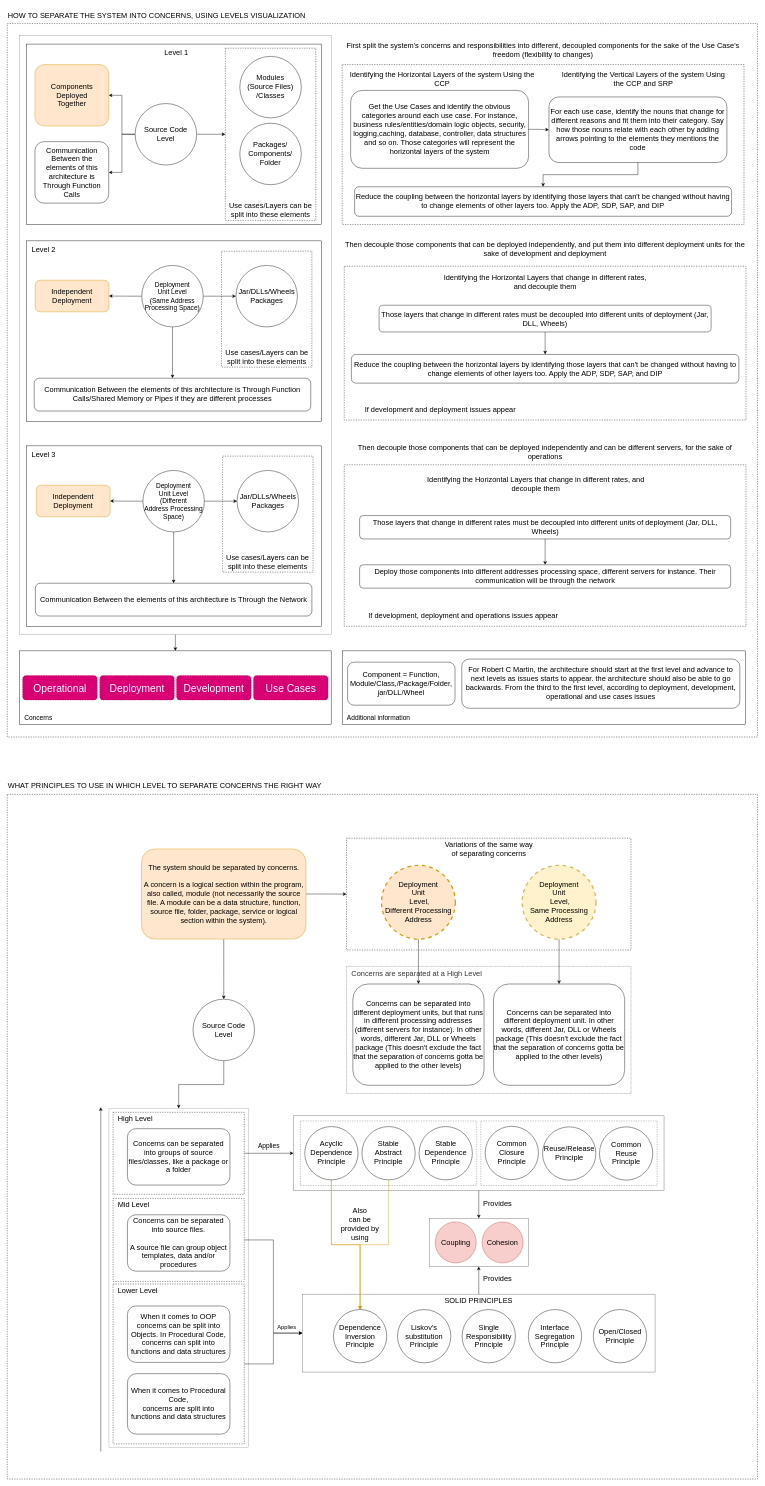
Above: page "Levels of SOC" (1 of 6) of images/Robert C Martin - Architecture Growth.drawio in GabrielSlima/blog (draw.io), before the change. Source tidied: cells renumbered, new cells numbered last; positions are measured from the earlier drawing's top-left corner, leaving out a move shared by most shapes. Both pictures are drawn from the tidied source at 41%, with x=0, y=0 at pixel (7, 7).
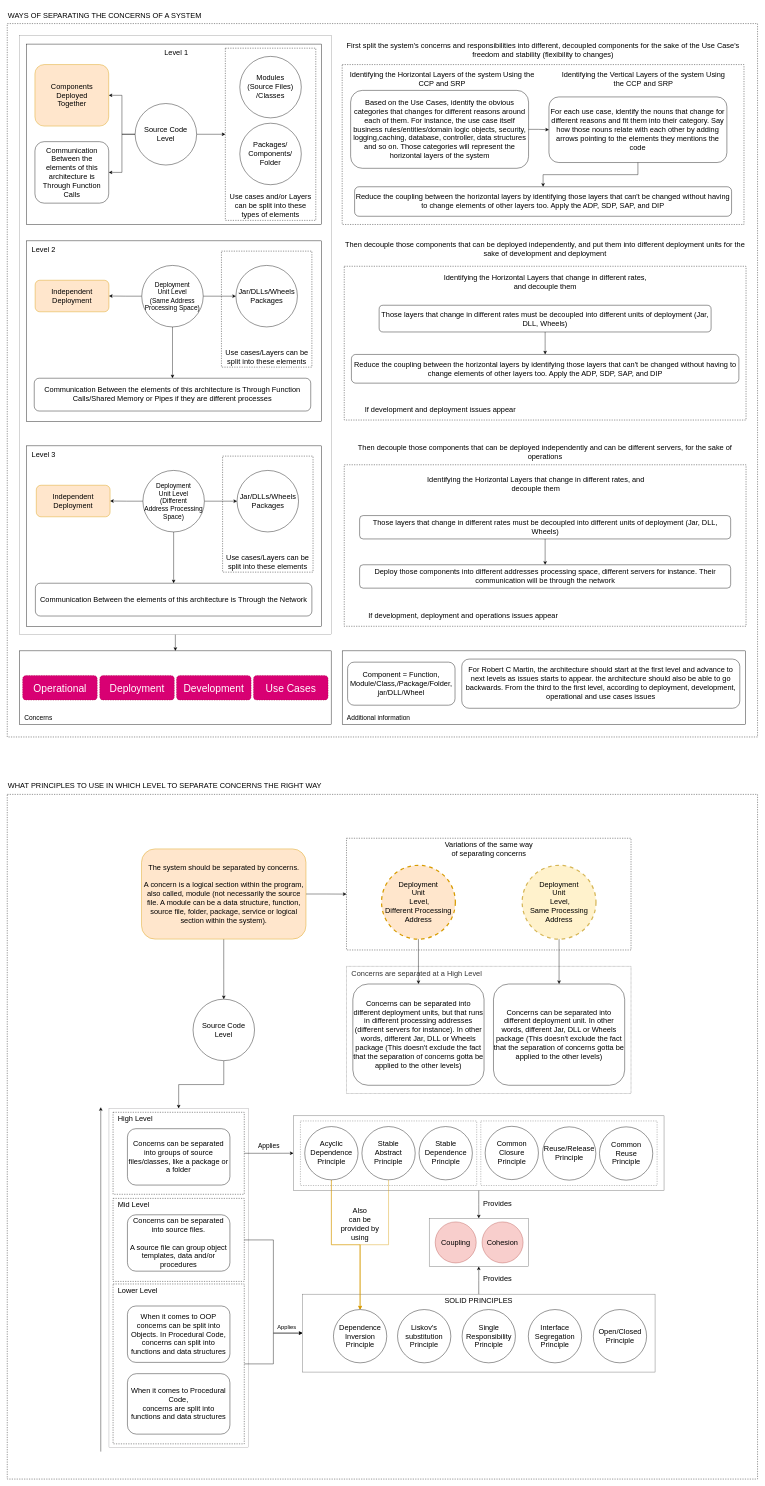
The same page after the edit.

Change to the diagram source:
```diff
@@
-    <mxCell id="26" value="Use cases/Layers can be split into these elements" style="rounded=0;whiteSpace=wrap;html=1;verticalAlign=bottom;align=center;fillColor=none;dashed=1;fontSize=18;spacingLeft=0;" parent="1" vertex="1">
+    <mxCell id="26" value="Use cases and/or Layers can be split into these types of elements" style="rounded=0;whiteSpace=wrap;html=1;verticalAlign=bottom;align=center;fillColor=none;dashed=1;fontSize=18;spacingLeft=0;" parent="1" vertex="1">
       <mxGeometry x="532.1" y="100" width="220.6" height="420" as="geometry" />
     </mxCell>
@@
-    <mxCell id="48" value="Get the Use Cases and identify the obvious categories around each use case. For instance, business rules/entities/domain logic objects, security, logging,caching, database, controller, data structures and so on. Those categories will represent the horizontal layers of the system" style="rounded=1;whiteSpace=wrap;html=1;fontSize=18;strokeColor=default;fillColor=none;" parent="1" vertex="1">
+    <mxCell id="48" value="Based on the Use Cases, identify the obvious categories that changes for different reasons around each of them. For instance, the use case itself business rules/entities/domain logic objects, security, logging,caching, database, controller, data structures and so on. Those categories will represent the horizontal layers of the system" style="rounded=1;whiteSpace=wrap;html=1;fontSize=18;strokeColor=default;fillColor=none;" parent="1" vertex="1">
       <mxGeometry x="837.7" y="203" width="434" height="190" as="geometry" />
     </mxCell>
@@
-    <mxCell id="51" value="Identifying the Horizontal Layers of the system Using the CCP" style="text;html=1;strokeColor=none;fillColor=none;align=center;verticalAlign=middle;whiteSpace=wrap;rounded=0;fontSize=18;" parent="1" vertex="1">
+    <mxCell id="51" value="Identifying the Horizontal Layers of the system Using the CCP and SRP" style="text;html=1;strokeColor=none;fillColor=none;align=center;verticalAlign=middle;whiteSpace=wrap;rounded=0;fontSize=18;" parent="1" vertex="1">
       <mxGeometry x="822.1" y="160" width="477.5" height="30" as="geometry" />
     </mxCell>
@@
-    <mxCell id="65" value="First split the system's concerns and responsibilities into different, decoupled components for the sake of the Use Case's freedom (flexibility to changes)" style="text;html=1;strokeColor=none;fillColor=none;align=center;verticalAlign=middle;whiteSpace=wrap;rounded=0;fontSize=18;" parent="1" vertex="1">
+    <mxCell id="65" value="First split the system's concerns and responsibilities into different, decoupled components for the sake of the Use Case's freedom and stability (flexibility to changes)" style="text;html=1;strokeColor=none;fillColor=none;align=center;verticalAlign=middle;whiteSpace=wrap;rounded=0;fontSize=18;" parent="1" vertex="1">
       <mxGeometry x="817.1" y="90" width="980" height="30" as="geometry" />
     </mxCell>
@@
-    <mxCell id="105" value="HOW TO SEPARATE THE SYSTEM INTO CONCERNS, USING LEVELS VISUALIZATION" style="text;html=1;strokeColor=none;fillColor=none;align=left;verticalAlign=middle;whiteSpace=wrap;rounded=0;dashed=1;opacity=60;direction=north;rotation=0;fontSize=18;" parent="1" vertex="1">
+    <mxCell id="105" value="WAYS OF SEPARATING THE CONCERNS OF A SYSTEM" style="text;html=1;strokeColor=none;fillColor=none;align=left;verticalAlign=middle;whiteSpace=wrap;rounded=0;dashed=1;opacity=60;direction=north;rotation=0;fontSize=18;" parent="1" vertex="1">
       <mxGeometry x="0.2" width="973.1" height="40" as="geometry" />
     </mxCell>
```
